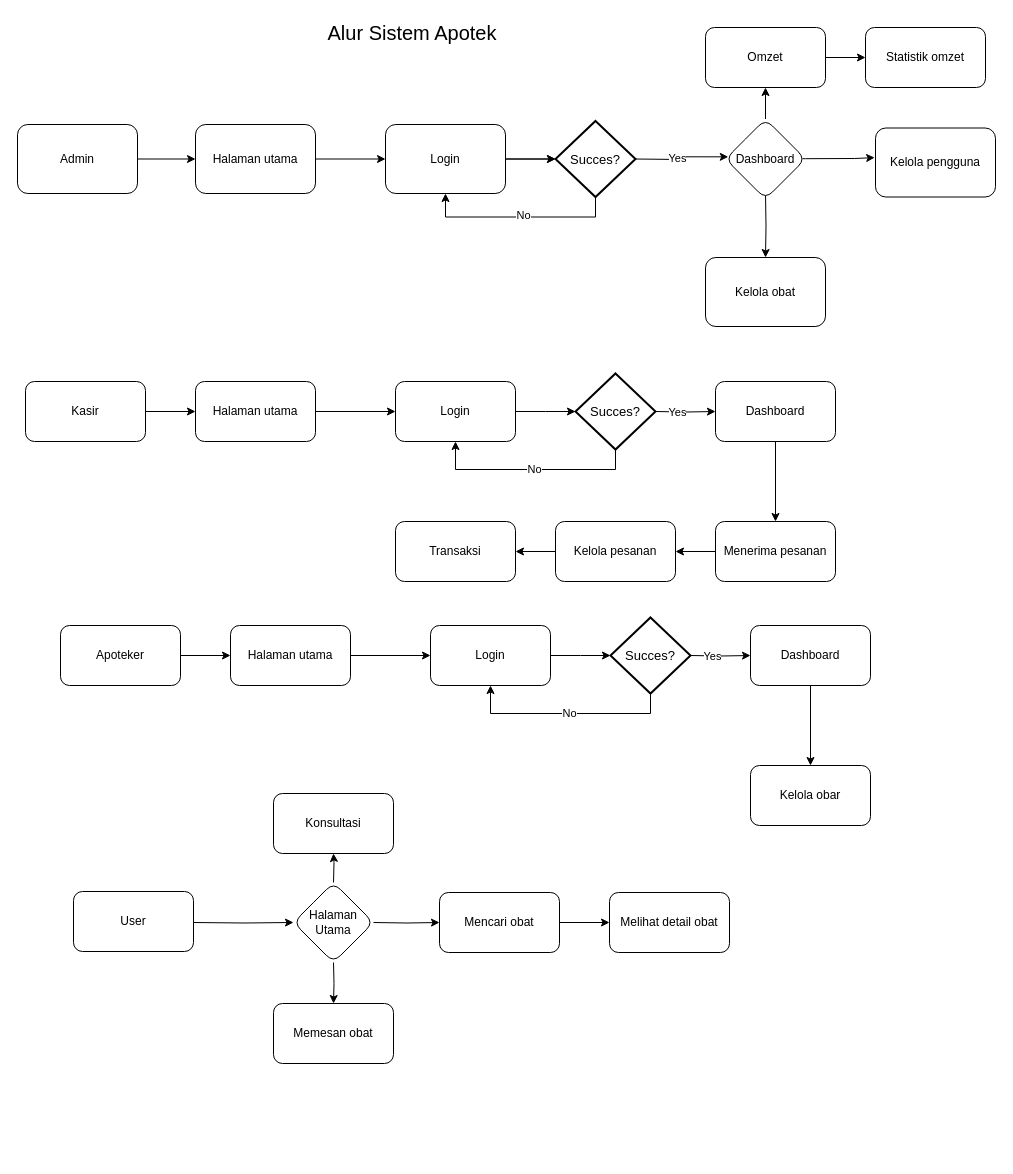
The draw.io diagram page "Alur" (1 of 2) of alur-apotek.drawio in reezyee/apotek, before the edit. Source tidied: cells renumbered, new cells numbered last; positions are measured from the earlier drawing's top-left corner, leaving out a move shared by most shapes. Both pictures are drawn from the tidied source at 100%, with x=0, y=0 at pixel (17, 17).
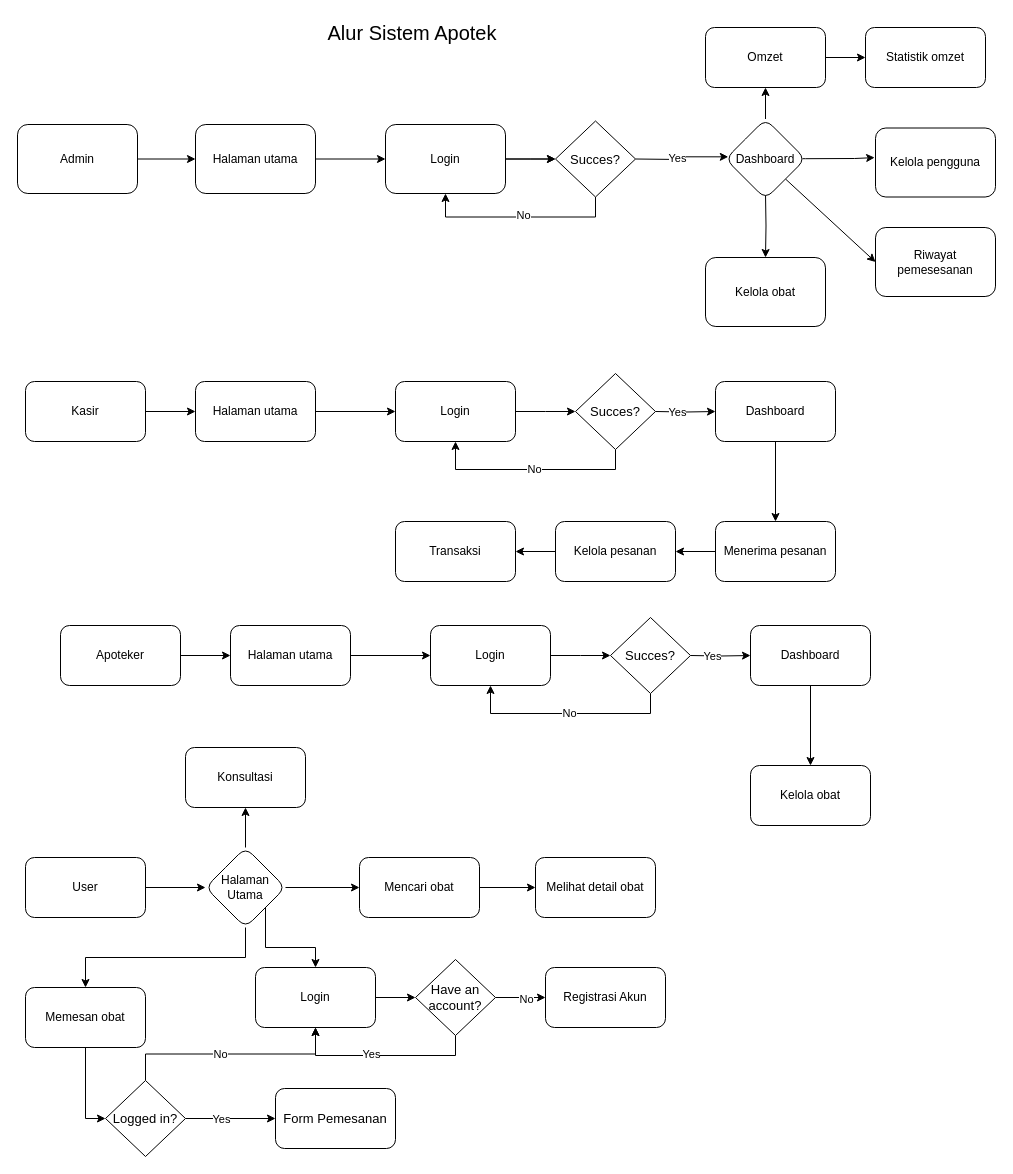
Above is the later version.

The change refers to these unchanged cells:
```xml
<mxCell id="52" value="Dashboard" style="rhombus;whiteSpace=wrap;html=1;rounded=1;" parent="1" vertex="1">
  <mxGeometry x="708" y="101.5" width="80" height="80" as="geometry" />
</mxCell>
```

Diff of the diagram source:
```diff
@@
-    <mxCell id="18" style="edgeStyle=orthogonalEdgeStyle;rounded=0;jettySize=auto;html=1;" parent="1" edge="1" target="49">
-      <mxGeometry relative="1" as="geometry">
-        <mxPoint x="176" y="905" as="sourcePoint" />
-      </mxGeometry>
+    <mxCell id="18" style="rounded=0;jettySize=auto;html=1;exitX=1;exitY=0.5;exitDx=0;exitDy=0;" parent="1" edge="1" source="19" target="49">
+      <mxGeometry relative="1" as="geometry" />
     </mxCell>
     <mxCell id="19" value="User" style="rounded=1;whiteSpace=wrap;html=1;" parent="1" vertex="1">
-      <mxGeometry x="56" y="874" width="120" height="60" as="geometry" />
+      <mxGeometry x="8" y="840" width="120" height="60" as="geometry" />
     </mxCell>
-    <mxCell id="20" style="edgeStyle=orthogonalEdgeStyle;rounded=0;jettySize=auto;html=1;exitX=1;exitY=0.5;exitDx=0;exitDy=0;" parent="1" edge="1" target="24">
-      <mxGeometry relative="1" as="geometry">
-        <mxPoint x="356" y="905" as="sourcePoint" />
-      </mxGeometry>
+    <mxCell id="20" style="edgeStyle=orthogonalEdgeStyle;rounded=0;jettySize=auto;html=1;exitX=1;exitY=0.5;exitDx=0;exitDy=0;" parent="1" edge="1" source="49" target="24">
+      <mxGeometry relative="1" as="geometry" />
     </mxCell>
-    <mxCell id="21" style="edgeStyle=orthogonalEdgeStyle;rounded=0;jettySize=auto;html=1;exitX=0.5;exitY=1;exitDx=0;exitDy=0;" parent="1" edge="1" target="25">
-      <mxGeometry relative="1" as="geometry">
-        <mxPoint x="316" y="945" as="sourcePoint" />
-      </mxGeometry>
-    </mxCell>
-    <mxCell id="22" style="edgeStyle=orthogonalEdgeStyle;rounded=0;jettySize=auto;html=1;exitX=0.5;exitY=0;exitDx=0;exitDy=0;" parent="1" edge="1" target="27">
-      <mxGeometry relative="1" as="geometry">
-        <mxPoint x="316" y="865" as="sourcePoint" />
-      </mxGeometry>
+    <mxCell id="22" style="edgeStyle=orthogonalEdgeStyle;rounded=0;jettySize=auto;html=1;exitX=0.5;exitY=0;exitDx=0;exitDy=0;" parent="1" edge="1" source="49" target="27">
+      <mxGeometry relative="1" as="geometry" />
     </mxCell>
@@
     <mxCell id="24" value="Mencari obat" style="whiteSpace=wrap;html=1;rounded=1;" parent="1" vertex="1">
-      <mxGeometry x="422" y="875" width="120" height="60" as="geometry" />
+      <mxGeometry x="342" y="840" width="120" height="60" as="geometry" />
     </mxCell>
     <mxCell id="25" value="Memesan obat" style="rounded=1;whiteSpace=wrap;html=1;" parent="1" vertex="1">
-      <mxGeometry x="256" y="986" width="120" height="60" as="geometry" />
+      <mxGeometry x="8" y="970" width="120" height="60" as="geometry" />
     </mxCell>
     <mxCell id="26" value="Melihat detail obat" style="rounded=1;whiteSpace=wrap;html=1;" parent="1" vertex="1">
-      <mxGeometry x="592" y="875" width="120" height="60" as="geometry" />
+      <mxGeometry x="518" y="840" width="120" height="60" as="geometry" />
     </mxCell>
     <mxCell id="27" value="Konsultasi" style="whiteSpace=wrap;html=1;rounded=1;" parent="1" vertex="1">
-      <mxGeometry x="256" y="776" width="120" height="60" as="geometry" />
+      <mxGeometry x="168" y="730" width="120" height="60" as="geometry" />
     </mxCell>
@@
+    <mxCell id="67" style="edgeStyle=orthogonalEdgeStyle;rounded=0;jettySize=auto;html=1;exitX=0.5;exitY=1;exitDx=0;exitDy=0;entryX=0.5;entryY=0;entryDx=0;entryDy=0;" parent="1" edge="1" source="49" target="25">
+      <mxGeometry relative="1" as="geometry" />
+    </mxCell>
+    <mxCell id="68" style="edgeStyle=orthogonalEdgeStyle;rounded=0;jettySize=auto;html=1;exitX=1;exitY=1;exitDx=0;exitDy=0;entryX=0.5;entryY=0;entryDx=0;entryDy=0;" parent="1" edge="1" source="49" target="77">
+      <mxGeometry relative="1" as="geometry" />
+    </mxCell>
     <mxCell id="49" value="Halaman Utama" style="rhombus;whiteSpace=wrap;html=1;rounded=1;" parent="1" vertex="1">
-      <mxGeometry x="276" y="865" width="80" height="80" as="geometry" />
+      <mxGeometry x="188" y="830" width="80" height="80" as="geometry" />
     </mxCell>
-    <mxCell id="50" value="Succes?" style="strokeWidth=2;html=1;shape=mxgraph.flowchart.decision;whiteSpace=wrap;fontSize=13;" parent="1" vertex="1">
+    <mxCell id="50" value="Succes?" style="strokeWidth=1;html=1;shape=mxgraph.flowchart.decision;whiteSpace=wrap;fontSize=13;" parent="1" vertex="1">
       <mxGeometry x="558" y="356" width="80" height="76" as="geometry" />
     </mxCell>
-    <mxCell id="51" value="Succes?" style="strokeWidth=2;html=1;shape=mxgraph.flowchart.decision;whiteSpace=wrap;fontSize=13;" parent="1" vertex="1">
+    <mxCell id="51" value="Succes?" style="strokeWidth=1;html=1;shape=mxgraph.flowchart.decision;whiteSpace=wrap;fontSize=13;" parent="1" vertex="1">
       <mxGeometry x="538" y="103.5" width="80" height="76" as="geometry" />
     </mxCell>
+    <mxCell id="69" style="rounded=0;jettySize=auto;html=1;exitX=1;exitY=1;exitDx=0;exitDy=0;entryX=0;entryY=0.5;entryDx=0;entryDy=0;" parent="1" edge="1" source="52" target="85">
+      <mxGeometry relative="1" as="geometry" />
+    </mxCell>
@@
-    <mxCell id="65" value="Kelola obar" style="rounded=1;whiteSpace=wrap;html=1;" parent="1" vertex="1">
+    <mxCell id="65" value="Kelola obat" style="rounded=1;whiteSpace=wrap;html=1;" parent="1" vertex="1">
       <mxGeometry x="733" y="748" width="120" height="60" as="geometry" />
     </mxCell>
-    <mxCell id="66" value="Succes?" style="strokeWidth=2;html=1;shape=mxgraph.flowchart.decision;whiteSpace=wrap;fontSize=13;" parent="1" vertex="1">
+    <mxCell id="66" value="Succes?" style="strokeWidth=1;html=1;shape=mxgraph.flowchart.decision;whiteSpace=wrap;fontSize=13;" parent="1" vertex="1">
       <mxGeometry x="593" y="600" width="80" height="76" as="geometry" />
     </mxCell>
+    <mxCell id="70" style="edgeStyle=orthogonalEdgeStyle;rounded=0;jettySize=auto;html=1;" parent="1" edge="1" source="74" target="75">
+      <mxGeometry relative="1" as="geometry" />
+    </mxCell>
+    <mxCell id="71" value="Yes" style="edgeLabel;html=1;align=center;verticalAlign=middle;" parent="70" vertex="1">
+      <mxGeometry x="-0.23" relative="1" as="geometry" />
+    </mxCell>
+    <mxCell id="72" style="edgeStyle=orthogonalEdgeStyle;rounded=0;jettySize=auto;html=1;exitX=0.5;exitY=0;exitDx=0;exitDy=0;exitPerimeter=0;entryX=0.5;entryY=1;entryDx=0;entryDy=0;" parent="1" edge="1" source="74" target="77">
+      <mxGeometry relative="1" as="geometry" />
+    </mxCell>
+    <mxCell id="73" value="No" style="edgeLabel;html=1;align=center;verticalAlign=middle;" parent="72" vertex="1">
+      <mxGeometry x="-0.09" relative="1" as="geometry" />
+    </mxCell>
+    <mxCell id="74" value="Logged in?" style="strokeWidth=1;html=1;shape=mxgraph.flowchart.decision;whiteSpace=wrap;fontSize=13;" parent="1" vertex="1">
+      <mxGeometry x="88" y="1063" width="80" height="76" as="geometry" />
+    </mxCell>
+    <mxCell id="75" value="Form Pemesanan" style="rounded=1;whiteSpace=wrap;html=1;fontSize=13;strokeWidth=1;" parent="1" vertex="1">
+      <mxGeometry x="258" y="1071" width="120" height="60" as="geometry" />
+    </mxCell>
+    <mxCell id="76" style="edgeStyle=orthogonalEdgeStyle;rounded=0;jettySize=auto;html=1;" parent="1" edge="1" source="77" target="82">
+      <mxGeometry relative="1" as="geometry" />
+    </mxCell>
+    <mxCell id="77" value="Login" style="rounded=1;whiteSpace=wrap;html=1;" parent="1" vertex="1">
+      <mxGeometry x="238" y="950" width="120" height="60" as="geometry" />
+    </mxCell>
+    <mxCell id="78" style="edgeStyle=orthogonalEdgeStyle;rounded=0;jettySize=auto;html=1;exitX=0.5;exitY=1;exitDx=0;exitDy=0;exitPerimeter=0;entryX=0.5;entryY=1;entryDx=0;entryDy=0;" parent="1" edge="1" source="82" target="77">
+      <mxGeometry relative="1" as="geometry" />
+    </mxCell>
+    <mxCell id="79" value="Yes" style="edgeLabel;html=1;align=center;verticalAlign=middle;" parent="78" vertex="1">
+      <mxGeometry x="0.12" y="-2" relative="1" as="geometry" />
+    </mxCell>
+    <mxCell id="80" style="edgeStyle=orthogonalEdgeStyle;rounded=0;jettySize=auto;html=1;exitX=1;exitY=0.5;exitDx=0;exitDy=0;exitPerimeter=0;entryX=0;entryY=0.5;entryDx=0;entryDy=0;" parent="1" edge="1" source="82" target="83">
+      <mxGeometry relative="1" as="geometry" />
+    </mxCell>
+    <mxCell id="81" value="No" style="edgeLabel;html=1;align=center;verticalAlign=middle;" parent="80" vertex="1">
+      <mxGeometry x="0.18" y="-1" relative="1" as="geometry" />
+    </mxCell>
+    <mxCell id="82" value="Have an account?" style="strokeWidth=1;html=1;shape=mxgraph.flowchart.decision;whiteSpace=wrap;fontSize=13;" parent="1" vertex="1">
+      <mxGeometry x="398" y="942" width="80" height="76" as="geometry" />
+    </mxCell>
+    <mxCell id="83" value="Registrasi Akun" style="rounded=1;whiteSpace=wrap;html=1;" parent="1" vertex="1">
+      <mxGeometry x="528" y="950" width="120" height="60" as="geometry" />
+    </mxCell>
+    <mxCell id="84" style="edgeStyle=orthogonalEdgeStyle;rounded=0;jettySize=auto;html=1;entryX=0;entryY=0.5;entryDx=0;entryDy=0;entryPerimeter=0;" parent="1" edge="1" source="25" target="74">
+      <mxGeometry relative="1" as="geometry" />
+    </mxCell>
+    <mxCell id="85" value="Riwayat pemesesanan" style="rounded=1;whiteSpace=wrap;html=1;" parent="1" vertex="1">
+      <mxGeometry x="858" y="210" width="120" height="69" as="geometry" />
+    </mxCell>
```
